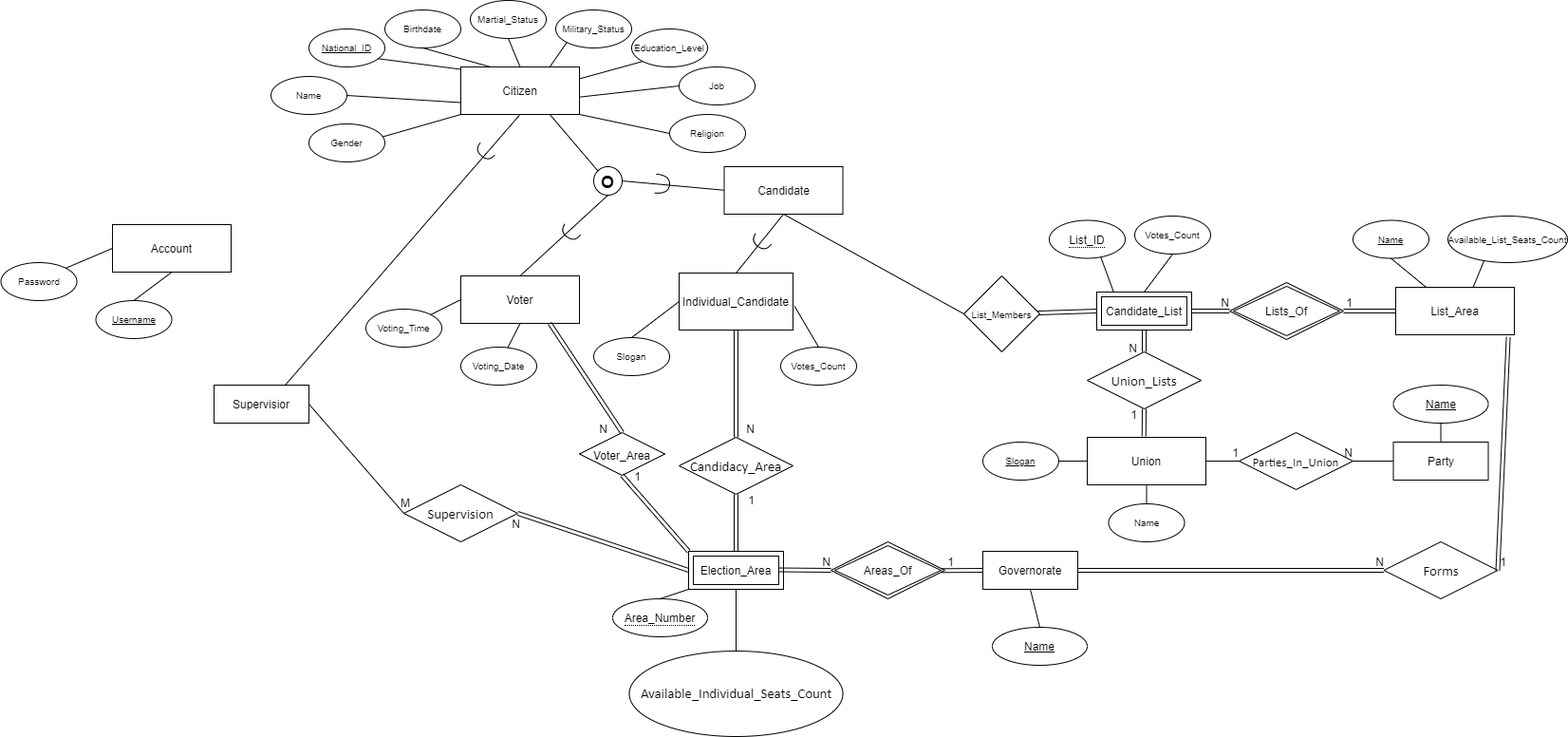
Earlier version of the draw.io export ERD.png (ziad-khobeiz/e-voting-system). Source tidied: cells renumbered, new cells last; positions are measured from the earlier drawing's top-left corner, leaving out a move shared by most shapes.
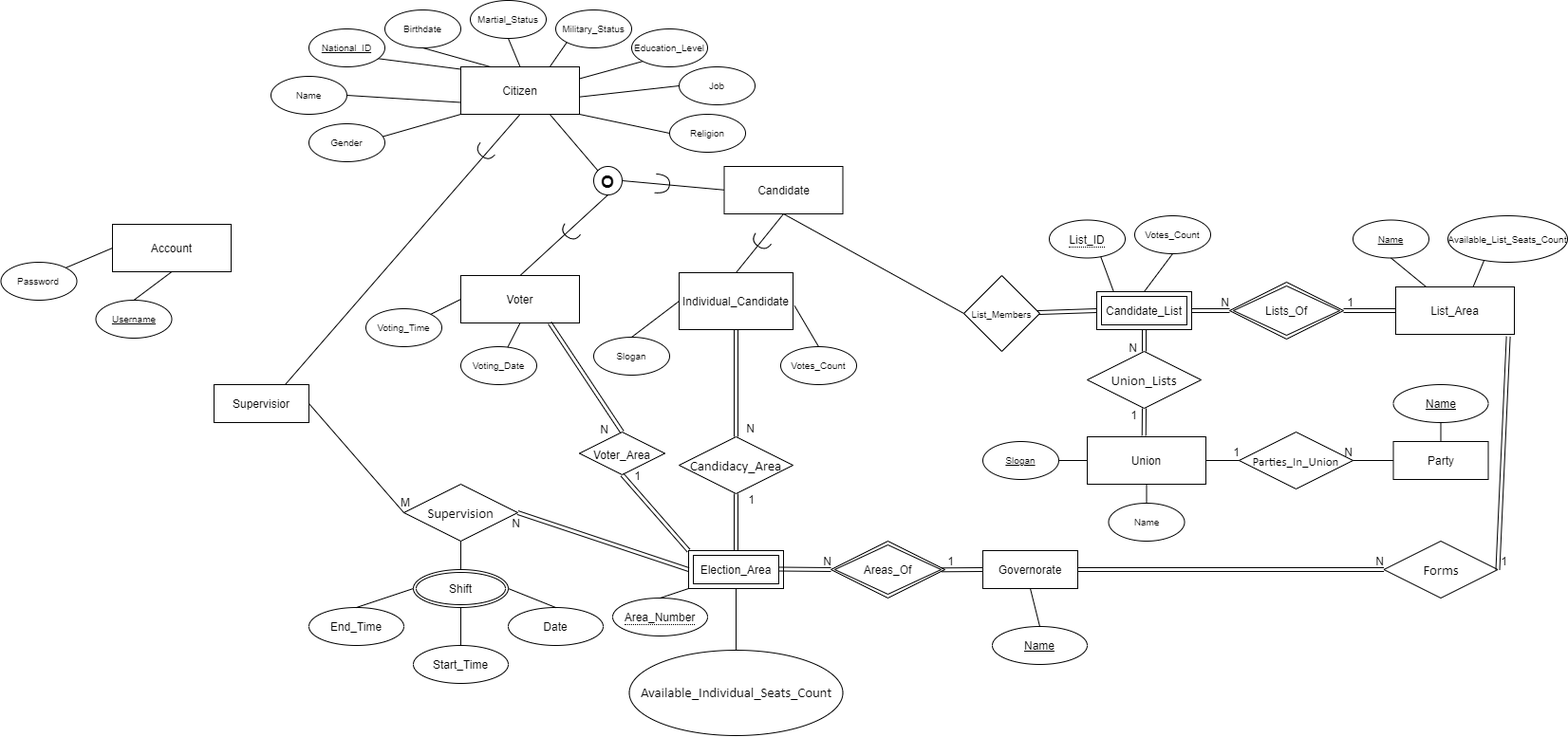
The same file after the commit.

Change to the diagram source:
```diff
@@ -387,5 +387,34 @@
         <mxPoint x="-133" y="-42" as="offset" />
       </mxGeometry>
     </mxCell>
+    <mxCell id="117" value="Shift" style="ellipse;shape=doubleEllipse;margin=3;whiteSpace=wrap;html=1;align=center;" parent="1" vertex="1">
+      <mxGeometry x="434" y="600" width="100" height="40" as="geometry" />
+    </mxCell>
+    <mxCell id="118" style="endArrow=none;html=1;exitX=0.5;exitY=1;exitDx=0;exitDy=0;entryX=0.5;entryY=0;entryDx=0;entryDy=0;" parent="1" edge="1" source="112" target="117">
+      <mxGeometry relative="1" as="geometry" />
+    </mxCell>
+    <mxCell id="119" value="End_Time" style="ellipse;whiteSpace=wrap;html=1;align=center;" parent="1" vertex="1">
+      <mxGeometry x="324" y="640" width="100" height="40" as="geometry" />
+    </mxCell>
+    <mxCell id="120" value="Start_Time" style="ellipse;whiteSpace=wrap;html=1;align=center;" parent="1" vertex="1">
+      <mxGeometry x="434" y="680" width="100" height="40" as="geometry" />
+    </mxCell>
+    <mxCell id="121" value="Date" style="ellipse;whiteSpace=wrap;html=1;align=center;" parent="1" vertex="1">
+      <mxGeometry x="534" y="640" width="100" height="40" as="geometry" />
+    </mxCell>
+    <mxCell id="122" style="edgeStyle=orthogonalEdgeStyle;rounded=0;orthogonalLoop=1;jettySize=auto;html=1;exitX=0.5;exitY=1;exitDx=0;exitDy=0;" parent="1" edge="1" source="121" target="121">
+      <mxGeometry relative="1" as="geometry" />
+    </mxCell>
+    <mxCell id="123" style="endArrow=none;html=1;exitX=0.5;exitY=0;exitDx=0;exitDy=0;" parent="1" edge="1" source="121">
+      <mxGeometry relative="1" as="geometry">
+        <mxPoint x="534" y="620" as="targetPoint" />
+      </mxGeometry>
+    </mxCell>
+    <mxCell id="124" style="endArrow=none;html=1;exitX=0.5;exitY=0;exitDx=0;exitDy=0;entryX=0;entryY=0.5;entryDx=0;entryDy=0;" parent="1" edge="1" source="119" target="117">
+      <mxGeometry relative="1" as="geometry" />
+    </mxCell>
+    <mxCell id="125" style="endArrow=none;html=1;exitX=0.5;exitY=0;exitDx=0;exitDy=0;entryX=0.5;entryY=1;entryDx=0;entryDy=0;" parent="1" edge="1" source="120" target="117">
+      <mxGeometry relative="1" as="geometry" />
+    </mxCell>
   </root>
 </mxGraphModel>
```
